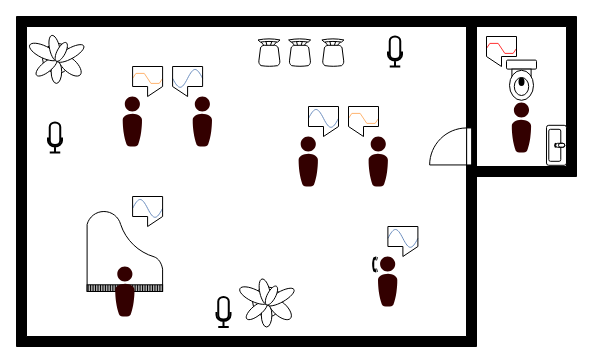
The draw.io diagram assets/img/posts/2025-09-22-ica/cocktail_party.drawio in hclimente/hclimente.github.io, before the edit. Source tidied: cells renumbered, new cells numbered last; positions are measured from the earlier drawing's top-left corner, leaving out a move shared by most shapes. Both pictures are drawn from the tidied source at 100%, with x=0, y=0 at pixel (16, 16).
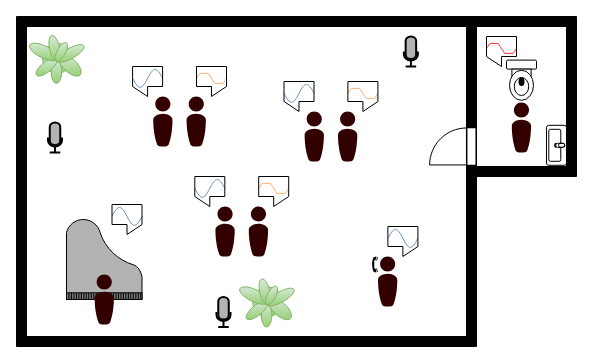
The same diagram, later.

What changed in the source:
```diff
@@
-    <mxCell id="2" style="verticalLabelPosition=bottom;shadow=0;dashed=0;align=center;html=1;verticalAlign=top;shape=mxgraph.electrical.waveforms.slow_square_wave;strokeColor=#FFB570;" parent="1" vertex="1">
-      <mxGeometry x="332" y="96.9" width="30" height="10" as="geometry" />
-    </mxCell>
     <mxCell id="3" style="verticalLabelPosition=bottom;shadow=0;dashed=0;align=center;html=1;verticalAlign=top;shape=mxgraph.electrical.waveforms.slow_square_wave;strokeColor=#FFB570;" parent="1" vertex="1">
-      <mxGeometry x="116.1" y="56.9" width="30" height="10" as="geometry" />
+      <mxGeometry x="180" y="56.9" width="30" height="10" as="geometry" />
     </mxCell>
     <mxCell id="4" style="verticalLabelPosition=bottom;shadow=0;dashed=0;align=center;html=1;verticalAlign=top;shape=mxgraph.electrical.waveforms.sine_wave;fillColor=#dae8fc;gradientColor=#7ea6e0;strokeColor=#6c8ebf;flipH=1;" parent="1" vertex="1">
-      <mxGeometry x="156.1" y="50" width="30" height="23.8" as="geometry" />
+      <mxGeometry x="116.1" y="50" width="30" height="23.8" as="geometry" />
     </mxCell>
-    <mxCell id="5" style="verticalLabelPosition=bottom;shadow=0;dashed=0;align=center;html=1;verticalAlign=top;shape=mxgraph.electrical.waveforms.sine_wave;fillColor=#dae8fc;gradientColor=#7ea6e0;strokeColor=#6c8ebf;" parent="1" vertex="1">
-      <mxGeometry x="292" y="90" width="30" height="23.8" as="geometry" />
-    </mxCell>
@@
-    <mxCell id="7" style="html=1;verticalLabelPosition=bottom;align=center;labelBackgroundColor=#ffffff;verticalAlign=top;strokeWidth=2;shadow=0;dashed=0;shape=mxgraph.ios7.icons.microphone;" parent="1" vertex="1">
+    <mxCell id="7" style="html=1;verticalLabelPosition=bottom;align=center;labelBackgroundColor=#ffffff;verticalAlign=top;strokeWidth=2;shadow=0;dashed=0;shape=mxgraph.ios7.icons.microphone;fillColor=#B3B3B3;" parent="1" vertex="1">
       <mxGeometry x="31.5" y="106" width="14" height="30" as="geometry" />
     </mxCell>
-    <mxCell id="8" style="verticalLabelPosition=bottom;html=1;verticalAlign=top;align=center;shape=mxgraph.floorplan.piano;" parent="1" vertex="1">
-      <mxGeometry x="70.6" y="195" width="75.5" height="80" as="geometry" />
+    <mxCell id="8" style="verticalLabelPosition=bottom;html=1;verticalAlign=top;align=center;shape=mxgraph.floorplan.piano;fillColor=#B3B3B3;" parent="1" vertex="1">
+      <mxGeometry x="50" y="203" width="75.5" height="80" as="geometry" />
     </mxCell>
     <mxCell id="9" style="verticalLabelPosition=bottom;sketch=0;html=1;verticalAlign=top;align=center;shape=mxgraph.cisco_safe.people_places_things_icons.icon8;fillColor=#330000;strokeColor=default;strokeWidth=4;" parent="1" vertex="1">
-      <mxGeometry x="106.1" y="80" width="19.5" height="50" as="geometry" />
+      <mxGeometry x="136.6" y="80" width="19.5" height="50" as="geometry" />
     </mxCell>
     <mxCell id="10" style="shape=callout;whiteSpace=wrap;html=1;perimeter=calloutPerimeter;size=10;position=0.5;fillColor=none;" parent="1" vertex="1">
-      <mxGeometry x="116.1" y="50" width="30" height="30" as="geometry" />
+      <mxGeometry x="180" y="50" width="30" height="30" as="geometry" />
     </mxCell>
     <mxCell id="11" style="verticalLabelPosition=bottom;sketch=0;html=1;verticalAlign=top;align=center;shape=mxgraph.cisco_safe.people_places_things_icons.icon8;fillColor=#330000;strokeColor=default;strokeWidth=4;flipV=0;flipH=1;" parent="1" vertex="1">
-      <mxGeometry x="176.1" y="80" width="19.5" height="50" as="geometry" />
+      <mxGeometry x="170" y="80" width="19.5" height="50" as="geometry" />
     </mxCell>
     <mxCell id="12" style="shape=callout;whiteSpace=wrap;html=1;perimeter=calloutPerimeter;size=10;position=0.5;flipV=0;flipH=1;fillColor=none;" parent="1" vertex="1">
-      <mxGeometry x="156.1" y="50" width="30" height="30" as="geometry" />
+      <mxGeometry x="116.1" y="50" width="30" height="30" as="geometry" />
     </mxCell>
@@
-    <mxCell id="15" style="verticalLabelPosition=bottom;sketch=0;html=1;verticalAlign=top;align=center;shape=mxgraph.cisco_safe.people_places_things_icons.icon8;fillColor=#330000;strokeColor=default;strokeWidth=4;" parent="1" vertex="1">
-      <mxGeometry x="282" y="120" width="19.5" height="50" as="geometry" />
-    </mxCell>
-    <mxCell id="16" style="shape=callout;whiteSpace=wrap;html=1;perimeter=calloutPerimeter;size=10;position=0.5;fillColor=none;" parent="1" vertex="1">
-      <mxGeometry x="292" y="90" width="30" height="30" as="geometry" />
-    </mxCell>
-    <mxCell id="17" style="verticalLabelPosition=bottom;sketch=0;html=1;verticalAlign=top;align=center;shape=mxgraph.cisco_safe.people_places_things_icons.icon8;fillColor=#330000;strokeColor=default;strokeWidth=4;flipV=0;flipH=1;" parent="1" vertex="1">
-      <mxGeometry x="352" y="120" width="19.5" height="50" as="geometry" />
-    </mxCell>
-    <mxCell id="18" style="shape=callout;whiteSpace=wrap;html=1;perimeter=calloutPerimeter;size=10;position=0.5;flipV=0;flipH=1;fillColor=none;" parent="1" vertex="1">
-      <mxGeometry x="332" y="90" width="30" height="30" as="geometry" />
-    </mxCell>
     <mxCell id="19" style="verticalLabelPosition=bottom;sketch=0;html=1;verticalAlign=top;align=center;shape=mxgraph.cisco_safe.people_places_things_icons.icon8;fillColor=#330000;strokeColor=default;strokeWidth=4;" parent="1" vertex="1">
-      <mxGeometry x="98.6" y="250" width="19.5" height="50" as="geometry" />
+      <mxGeometry x="78" y="258" width="19.5" height="50" as="geometry" />
     </mxCell>
     <mxCell id="20" style="verticalLabelPosition=bottom;shadow=0;dashed=0;align=center;html=1;verticalAlign=top;shape=mxgraph.electrical.waveforms.sine_wave;fillColor=#dae8fc;gradientColor=#7ea6e0;strokeColor=#6c8ebf;" parent="1" vertex="1">
-      <mxGeometry x="116.1" y="180" width="30" height="23.8" as="geometry" />
+      <mxGeometry x="95.5" y="188" width="30" height="23.8" as="geometry" />
     </mxCell>
     <mxCell id="21" style="shape=callout;whiteSpace=wrap;html=1;perimeter=calloutPerimeter;size=10;position=0.5;fillColor=none;" parent="1" vertex="1">
-      <mxGeometry x="116.1" y="180" width="30" height="30" as="geometry" />
+      <mxGeometry x="95.5" y="188" width="30" height="30" as="geometry" />
     </mxCell>
@@
-    <mxCell id="23" style="html=1;verticalLabelPosition=bottom;align=center;labelBackgroundColor=#ffffff;verticalAlign=top;strokeWidth=2;shadow=0;dashed=0;shape=mxgraph.ios7.icons.microphone;" parent="1" vertex="1">
-      <mxGeometry x="371.5" y="20" width="14" height="30" as="geometry" />
+    <mxCell id="23" style="html=1;verticalLabelPosition=bottom;align=center;labelBackgroundColor=#ffffff;verticalAlign=top;strokeWidth=2;shadow=0;dashed=0;shape=mxgraph.ios7.icons.microphone;fillColor=#B3B3B3;" parent="1" vertex="1">
+      <mxGeometry x="387.4" y="20" width="14" height="30" as="geometry" />
     </mxCell>
-    <mxCell id="24" style="html=1;verticalLabelPosition=bottom;align=center;labelBackgroundColor=#ffffff;verticalAlign=top;strokeWidth=2;shadow=0;dashed=0;shape=mxgraph.ios7.icons.microphone;" parent="1" vertex="1">
+    <mxCell id="24" style="html=1;verticalLabelPosition=bottom;align=center;labelBackgroundColor=#ffffff;verticalAlign=top;strokeWidth=2;shadow=0;dashed=0;shape=mxgraph.ios7.icons.microphone;fillColor=#B3B3B3;fillStyle=auto;" parent="1" vertex="1">
       <mxGeometry x="200" y="280.5" width="14" height="30" as="geometry" />
     </mxCell>
-    <mxCell id="25" style="verticalLabelPosition=bottom;html=1;verticalAlign=top;align=center;shape=mxgraph.floorplan.plant;" parent="1" vertex="1">
+    <mxCell id="25" style="verticalLabelPosition=bottom;html=1;verticalAlign=top;align=center;shape=mxgraph.floorplan.plant;fillColor=#d5e8d4;gradientColor=#97d077;strokeColor=#82b366;" parent="1" vertex="1">
       <mxGeometry x="15" y="15.9" width="47" height="51" as="geometry" />
     </mxCell>
-    <mxCell id="26" style="verticalLabelPosition=bottom;html=1;verticalAlign=top;align=center;shape=mxgraph.floorplan.chair;" parent="1" vertex="1">
-      <mxGeometry x="241.5" y="22" width="22.1" height="28" as="geometry" />
-    </mxCell>
-    <mxCell id="27" style="verticalLabelPosition=bottom;html=1;verticalAlign=top;align=center;shape=mxgraph.floorplan.chair;" parent="1" vertex="1">
-      <mxGeometry x="272.1" y="22" width="22.1" height="28" as="geometry" />
-    </mxCell>
-    <mxCell id="28" style="verticalLabelPosition=bottom;html=1;verticalAlign=top;align=center;shape=mxgraph.floorplan.chair;" parent="1" vertex="1">
-      <mxGeometry x="305.4" y="22" width="22.1" height="28" as="geometry" />
-    </mxCell>
-    <mxCell id="29" style="verticalLabelPosition=bottom;html=1;verticalAlign=top;align=center;shape=mxgraph.floorplan.plant;" parent="1" vertex="1">
+    <mxCell id="29" style="verticalLabelPosition=bottom;html=1;verticalAlign=top;align=center;shape=mxgraph.floorplan.plant;fillColor=#d5e8d4;gradientColor=#97d077;strokeColor=#82b366;" parent="1" vertex="1">
       <mxGeometry x="225.2" y="259.5" width="47" height="51" as="geometry" />
     </mxCell>
@@
+    <mxCell id="38" style="rounded=0;whiteSpace=wrap;html=1;strokeWidth=1.5;" parent="1" vertex="1">
+      <mxGeometry x="450.2" y="111" width="9.5" height="38" as="geometry" />
+    </mxCell>
+    <mxCell id="39" style="verticalLabelPosition=bottom;shadow=0;dashed=0;align=center;html=1;verticalAlign=top;shape=mxgraph.electrical.waveforms.slow_square_wave;strokeColor=#FFB570;" parent="1" vertex="1">
+      <mxGeometry x="331.4" y="71.9" width="30" height="10" as="geometry" />
+    </mxCell>
+    <mxCell id="40" style="verticalLabelPosition=bottom;shadow=0;dashed=0;align=center;html=1;verticalAlign=top;shape=mxgraph.electrical.waveforms.sine_wave;fillColor=#dae8fc;gradientColor=#7ea6e0;strokeColor=#6c8ebf;flipH=1;" parent="1" vertex="1">
+      <mxGeometry x="267.5" y="65" width="30" height="23.8" as="geometry" />
+    </mxCell>
+    <mxCell id="41" style="verticalLabelPosition=bottom;sketch=0;html=1;verticalAlign=top;align=center;shape=mxgraph.cisco_safe.people_places_things_icons.icon8;fillColor=#330000;strokeColor=default;strokeWidth=4;" parent="1" vertex="1">
+      <mxGeometry x="288" y="95" width="19.5" height="50" as="geometry" />
+    </mxCell>
+    <mxCell id="42" style="shape=callout;whiteSpace=wrap;html=1;perimeter=calloutPerimeter;size=10;position=0.5;fillColor=none;" parent="1" vertex="1">
+      <mxGeometry x="331.4" y="65" width="30" height="30" as="geometry" />
+    </mxCell>
+    <mxCell id="43" style="verticalLabelPosition=bottom;sketch=0;html=1;verticalAlign=top;align=center;shape=mxgraph.cisco_safe.people_places_things_icons.icon8;fillColor=#330000;strokeColor=default;strokeWidth=4;flipV=0;flipH=1;" parent="1" vertex="1">
+      <mxGeometry x="321.4" y="95" width="19.5" height="50" as="geometry" />
+    </mxCell>
+    <mxCell id="44" style="shape=callout;whiteSpace=wrap;html=1;perimeter=calloutPerimeter;size=10;position=0.5;flipV=0;flipH=1;fillColor=none;" parent="1" vertex="1">
+      <mxGeometry x="267.5" y="65" width="30" height="30" as="geometry" />
+    </mxCell>
+    <mxCell id="45" style="verticalLabelPosition=bottom;shadow=0;dashed=0;align=center;html=1;verticalAlign=top;shape=mxgraph.electrical.waveforms.slow_square_wave;strokeColor=#FFB570;" parent="1" vertex="1">
+      <mxGeometry x="242.2" y="166.9" width="30" height="10" as="geometry" />
+    </mxCell>
+    <mxCell id="46" style="verticalLabelPosition=bottom;shadow=0;dashed=0;align=center;html=1;verticalAlign=top;shape=mxgraph.electrical.waveforms.sine_wave;fillColor=#dae8fc;gradientColor=#7ea6e0;strokeColor=#6c8ebf;flipH=1;" parent="1" vertex="1">
+      <mxGeometry x="178.3" y="160" width="30" height="23.8" as="geometry" />
+    </mxCell>
+    <mxCell id="47" style="verticalLabelPosition=bottom;sketch=0;html=1;verticalAlign=top;align=center;shape=mxgraph.cisco_safe.people_places_things_icons.icon8;fillColor=#330000;strokeColor=default;strokeWidth=4;" parent="1" vertex="1">
+      <mxGeometry x="198.8" y="190" width="19.5" height="50" as="geometry" />
+    </mxCell>
+    <mxCell id="48" style="shape=callout;whiteSpace=wrap;html=1;perimeter=calloutPerimeter;size=10;position=0.5;fillColor=none;" parent="1" vertex="1">
+      <mxGeometry x="242.2" y="160" width="30" height="30" as="geometry" />
+    </mxCell>
+    <mxCell id="49" style="verticalLabelPosition=bottom;sketch=0;html=1;verticalAlign=top;align=center;shape=mxgraph.cisco_safe.people_places_things_icons.icon8;fillColor=#330000;strokeColor=default;strokeWidth=4;flipV=0;flipH=1;" parent="1" vertex="1">
+      <mxGeometry x="232.2" y="190" width="19.5" height="50" as="geometry" />
+    </mxCell>
+    <mxCell id="50" style="shape=callout;whiteSpace=wrap;html=1;perimeter=calloutPerimeter;size=10;position=0.5;flipV=0;flipH=1;fillColor=none;" parent="1" vertex="1">
+      <mxGeometry x="178.3" y="160" width="30" height="30" as="geometry" />
+    </mxCell>
```
